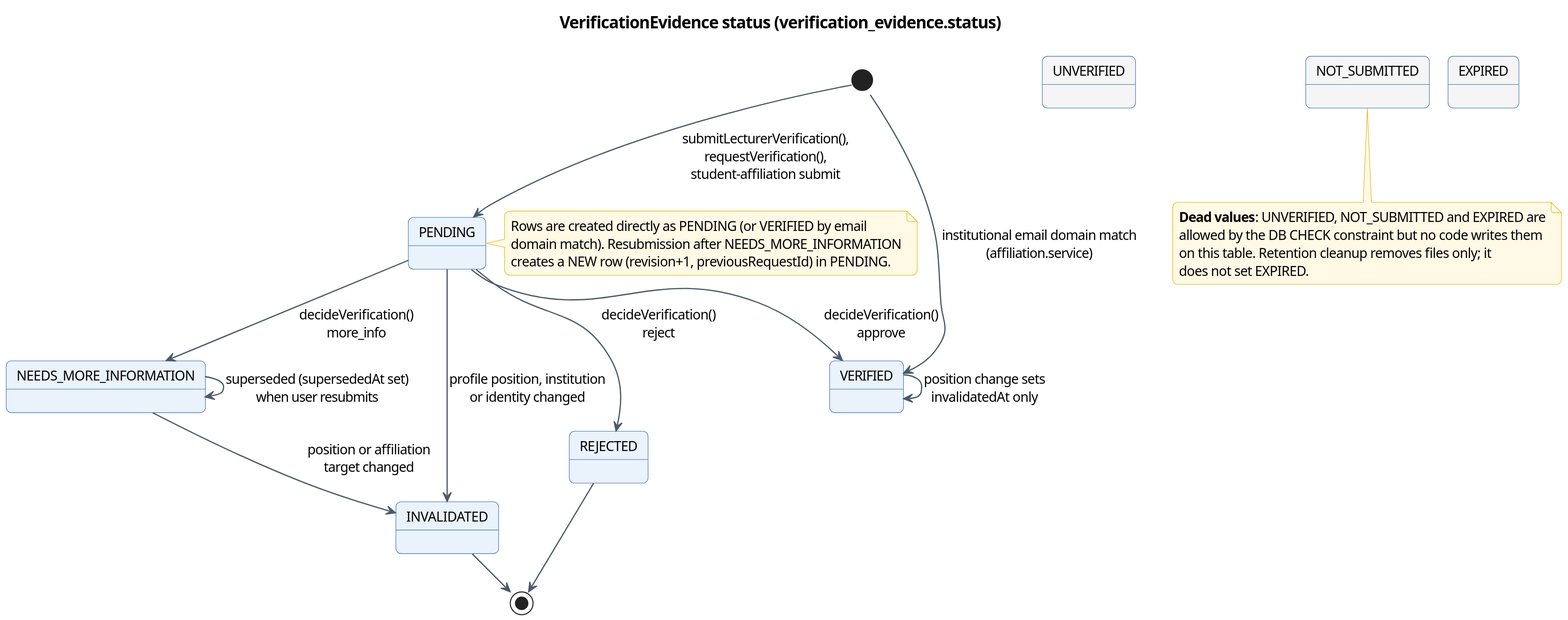
Above: docs/diagrams/report4/R4_State_VerificationEvidence.svg in Khoa-Hoa-Technology-Solution-Company/lumi-gap (PlantUML), before the change.
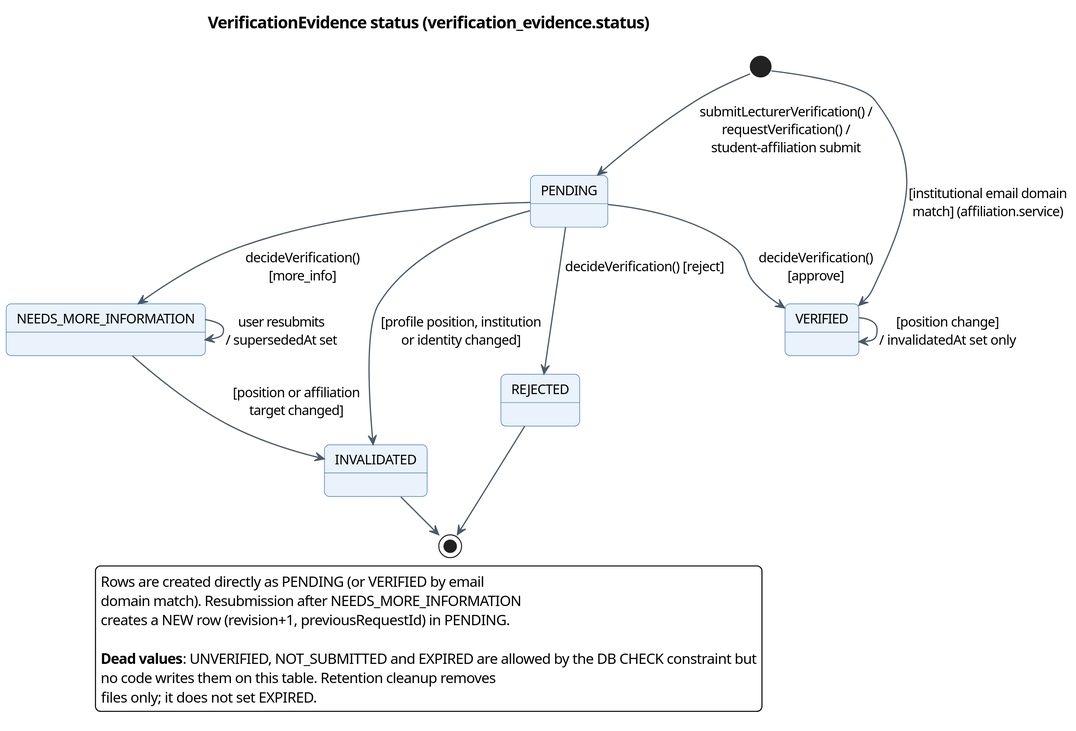
Later version of the same file.

What changed in the source:
```diff
@@ -1,6 +1,6 @@
 @startuml
 !pragma layout smetana
-skinparam dpi 150
+skinparam dpi 200
 skinparam defaultFontName "Segoe UI"
 skinparam defaultFontSize 13
 skinparam shadowing false
@@ -60,29 +60,24 @@
   BorderColor #2F6DB5
 }
 title VerificationEvidence status (verification_evidence.status)
-[*] --> PENDING : submitLecturerVerification(),\nrequestVerification(),\nstudent-affiliation submit
-[*] --> VERIFIED : institutional email domain match\n(affiliation.service)
-PENDING --> VERIFIED : decideVerification()\napprove
-PENDING --> NEEDS_MORE_INFORMATION : decideVerification()\nmore_info
-PENDING --> REJECTED : decideVerification()\nreject
-PENDING --> INVALIDATED : profile position, institution\nor identity changed
-NEEDS_MORE_INFORMATION --> INVALIDATED : position or affiliation\ntarget changed
-NEEDS_MORE_INFORMATION --> NEEDS_MORE_INFORMATION : superseded (supersededAt set)\nwhen user resubmits
-VERIFIED --> VERIFIED : position change sets\ninvalidatedAt only
+[*] --> PENDING : submitLecturerVerification() /\nrequestVerification() /\nstudent-affiliation submit
+[*] --> VERIFIED : [institutional email domain\nmatch] (affiliation.service)
+PENDING --> VERIFIED : decideVerification()\n[approve]
+PENDING --> NEEDS_MORE_INFORMATION : decideVerification()\n[more_info]
+PENDING --> REJECTED : decideVerification() [reject]
+PENDING --> INVALIDATED : [profile position, institution\nor identity changed]
+NEEDS_MORE_INFORMATION --> INVALIDATED : [position or affiliation\ntarget changed]
+NEEDS_MORE_INFORMATION --> NEEDS_MORE_INFORMATION : user resubmits\n/ supersededAt set
+VERIFIED --> VERIFIED : [position change]\n/ invalidatedAt set only
 REJECTED --> [*]
 INVALIDATED --> [*]
-state UNVERIFIED #F5F5F5
-state NOT_SUBMITTED #F5F5F5
-state EXPIRED #F5F5F5
-note right of PENDING
+legend bottom
   Rows are created directly as PENDING (or VERIFIED by email
   domain match). Resubmission after NEEDS_MORE_INFORMATION
   creates a NEW row (revision+1, previousRequestId) in PENDING.
-end note
-note bottom of NOT_SUBMITTED
-  <b>Dead values</b>: UNVERIFIED, NOT_SUBMITTED and EXPIRED are
-  allowed by the DB CHECK constraint but no code writes them
-  on this table. Retention cleanup removes files only; it
-  does not set EXPIRED.
-end note
+
+  <b>Dead values</b>: UNVERIFIED, NOT_SUBMITTED and EXPIRED are allowed by the DB CHECK constraint but
+  no code writes them on this table. Retention cleanup removes
+  files only; it does not set EXPIRED.
+endlegend
 @enduml
```
